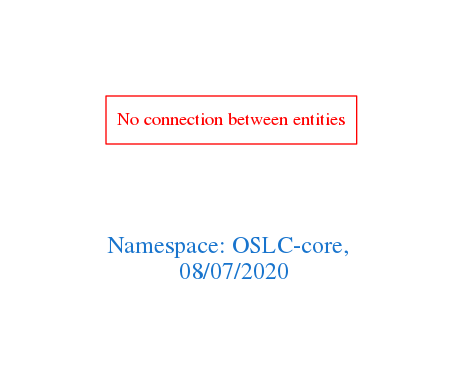
Above: downloads/OSLC-core.png in arago/OGIT (Graphviz), before the change. Its source is kept beside it as downloads/OSLC-core.dot.
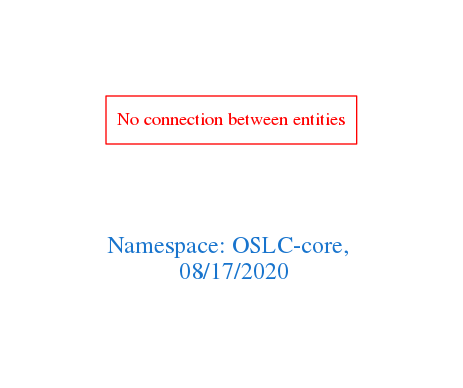
Later version of the same file.

What changed in the source:
```diff
@@ -1,7 +1,7 @@
 digraph OGIT_ontology {
  graph [ rankdir= LR,pad=1
 fontsize = 18,
-fontcolor= dodgerblue3,label = "\n\n\nNamespace: OSLC-core, \n 08/07/2020"];
+fontcolor= dodgerblue3,label = "\n\n\nNamespace: OSLC-core, \n 08/17/2020"];
 node[shape=polygon];
 edge [  color="gray81"];
 
```
